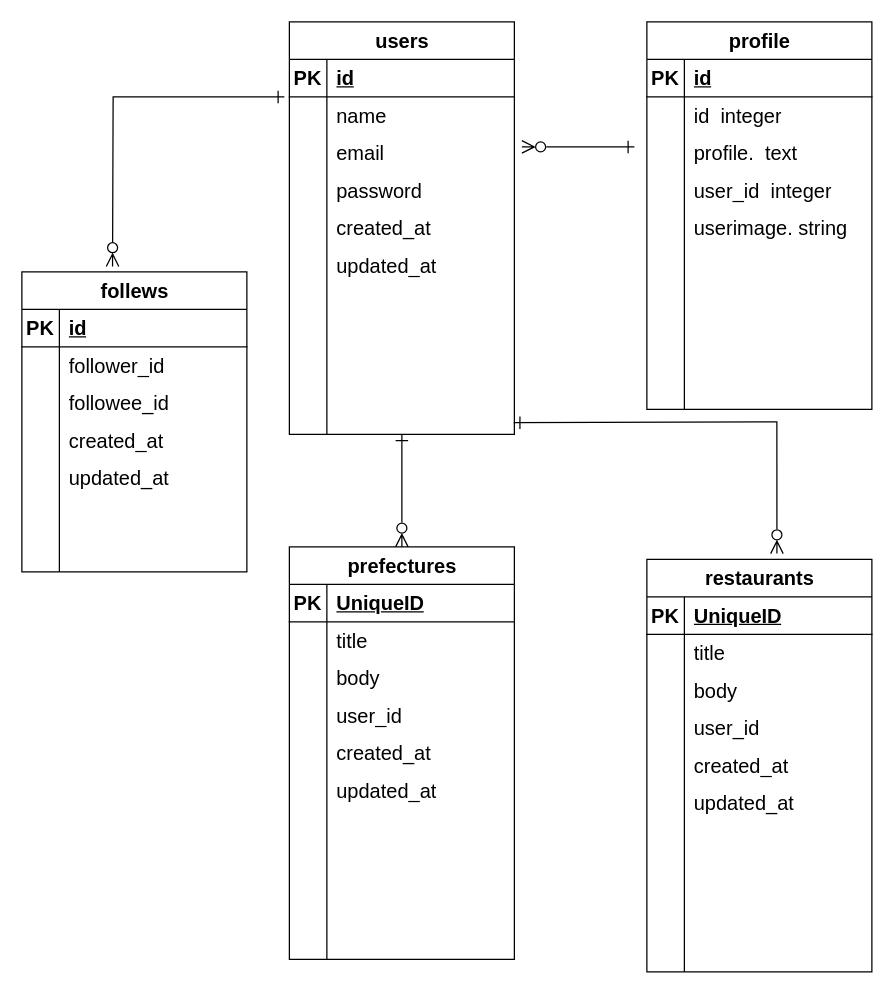
inuneko6417/ToMLIA_Test keeps this draw.io diagram as 名称未設定ファイル.drawio. Above is the earlier version. Source tidied: cells renumbered, new cells numbered last; positions are measured from the earlier drawing's top-left corner, leaving out a move shared by most shapes. Both pictures are drawn from the tidied source at 125%, with x=0, y=0 at pixel (21, 21).
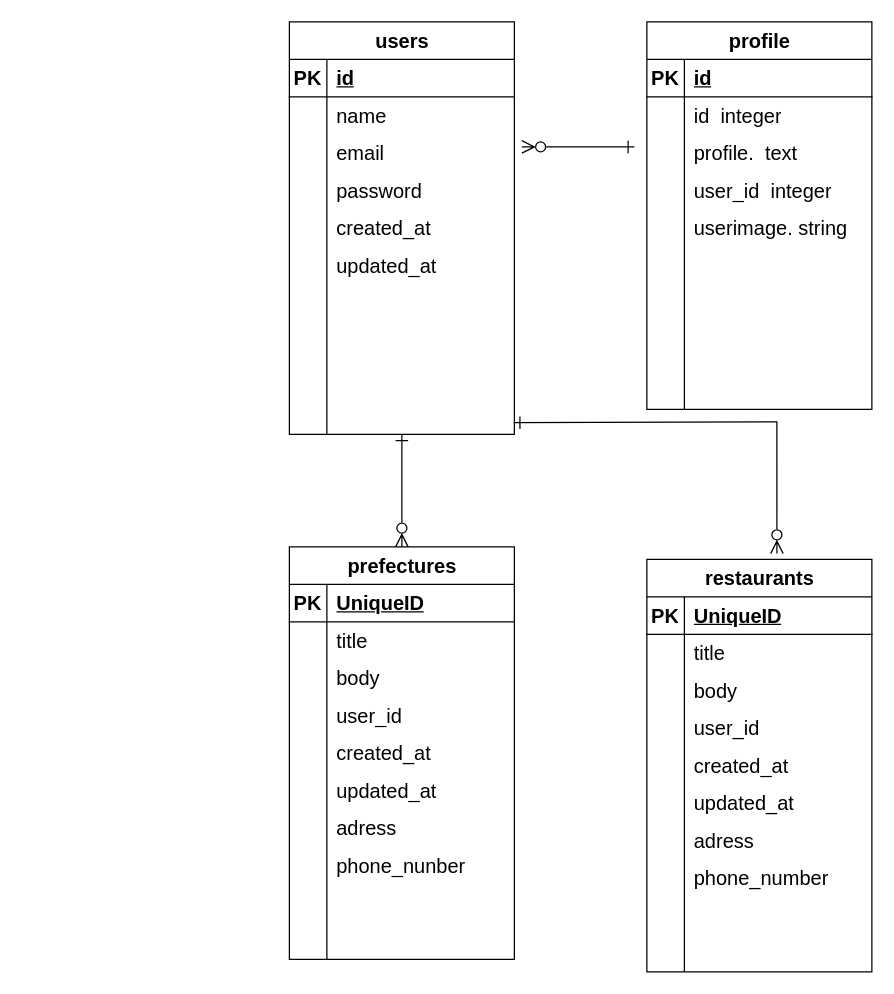
The same page after the edit.

Commit message (it also covers changes not shown here):
名称未設定ファイル.drawio を更新します

Unchanged cells that the change refers to:
```xml
<mxCell id="23" style="shape=tableRow;horizontal=0;startSize=0;swimlaneHead=0;swimlaneBody=0;fillColor=none;top=0;left=0;right=0;bottom=0;fontSize=16;" parent="4" vertex="1">
  <mxGeometry y="210" width="180" height="30" as="geometry" />
</mxCell>
<mxCell id="26" style="shape=tableRow;horizontal=0;startSize=0;swimlaneHead=0;swimlaneBody=0;fillColor=none;top=0;left=0;right=0;bottom=0;fontSize=16;" parent="4" vertex="1">
  <mxGeometry y="240" width="180" height="30" as="geometry" />
</mxCell>
<mxCell id="141" style="shape=tableRow;horizontal=0;startSize=0;swimlaneHead=0;swimlaneBody=0;fillColor=none;top=0;left=0;right=0;bottom=0;fontSize=16;" parent="122" vertex="1">
  <mxGeometry y="210" width="180" height="30" as="geometry" />
</mxCell>
<mxCell id="144" style="shape=tableRow;horizontal=0;startSize=0;swimlaneHead=0;swimlaneBody=0;fillColor=none;top=0;left=0;right=0;bottom=0;fontSize=16;" parent="122" vertex="1">
  <mxGeometry y="240" width="180" height="30" as="geometry" />
</mxCell>
```

What changed in the source:
```diff
@@
-    <mxCell id="25" style="shape=partialRectangle;fillColor=none;top=0;left=0;bottom=0;right=0;align=left;spacingLeft=6;overflow=hidden;whiteSpace=wrap;html=1;fontSize=16;" parent="23" vertex="1">
+    <mxCell id="25" value="adress" style="shape=partialRectangle;fillColor=none;top=0;left=0;bottom=0;right=0;align=left;spacingLeft=6;overflow=hidden;whiteSpace=wrap;html=1;fontSize=16;" parent="23" vertex="1">
       <mxGeometry x="30" width="150" height="30" as="geometry" />
     </mxCell>
@@
-    <mxCell id="28" style="shape=partialRectangle;fillColor=none;top=0;left=0;bottom=0;right=0;align=left;spacingLeft=6;overflow=hidden;whiteSpace=wrap;html=1;fontSize=16;" parent="26" vertex="1">
+    <mxCell id="28" value="phone_nunber" style="shape=partialRectangle;fillColor=none;top=0;left=0;bottom=0;right=0;align=left;spacingLeft=6;overflow=hidden;whiteSpace=wrap;html=1;fontSize=16;" parent="26" vertex="1">
       <mxGeometry x="30" width="150" height="30" as="geometry" />
     </mxCell>
@@
-    <mxCell id="35" style="edgeStyle=none;rounded=0;jettySize=auto;html=1;fontSize=12;startSize=8;endSize=8;endArrow=ERone;endFill=0;startArrow=ERzeroToMany;startFill=0;exitX=0.403;exitY=-0.018;exitDx=0;exitDy=0;exitPerimeter=0;" parent="1" edge="1" source="36">
-      <mxGeometry relative="1" as="geometry">
-        <mxPoint x="210" y="60" as="targetPoint" />
-        <Array as="points">
-          <mxPoint x="73" y="60" />
-        </Array>
-      </mxGeometry>
-    </mxCell>
-    <mxCell id="36" value="follews" style="shape=table;startSize=30;childLayout=tableLayout;rowLines=0;fontStyle=1;align=center;html=1;fontSize=16;" parent="1" vertex="1">
-      <mxGeometry y="200" width="180" height="240" as="geometry" />
-    </mxCell>
-    <mxCell id="37" style="shape=tableRow;horizontal=0;startSize=0;swimlaneHead=0;swimlaneBody=0;fillColor=none;top=0;left=0;right=0;bottom=1;fontSize=16;" parent="36" vertex="1">
-      <mxGeometry y="30" width="180" height="30" as="geometry" />
-    </mxCell>
-    <mxCell id="38" value="PK" style="shape=partialRectangle;fillColor=none;top=0;left=0;bottom=0;right=0;fontStyle=1;overflow=hidden;whiteSpace=wrap;html=1;fontSize=16;" parent="37" vertex="1">
-      <mxGeometry width="30" height="30" as="geometry" />
-    </mxCell>
-    <mxCell id="39" value="id" style="shape=partialRectangle;fillColor=none;top=0;left=0;bottom=0;right=0;align=left;spacingLeft=6;fontStyle=5;overflow=hidden;whiteSpace=wrap;html=1;fontSize=16;" parent="37" vertex="1">
-      <mxGeometry x="30" width="150" height="30" as="geometry" />
-    </mxCell>
-    <mxCell id="40" style="shape=tableRow;horizontal=0;startSize=0;swimlaneHead=0;swimlaneBody=0;fillColor=none;top=0;left=0;right=0;bottom=0;fontSize=16;" parent="36" vertex="1">
-      <mxGeometry y="60" width="180" height="30" as="geometry" />
-    </mxCell>
-    <mxCell id="41" style="shape=partialRectangle;fillColor=none;top=0;left=0;bottom=0;right=0;overflow=hidden;whiteSpace=wrap;html=1;fontSize=16;" parent="40" vertex="1">
-      <mxGeometry width="30" height="30" as="geometry" />
-    </mxCell>
-    <mxCell id="42" value="follower_id" style="shape=partialRectangle;fillColor=none;top=0;left=0;bottom=0;right=0;align=left;spacingLeft=6;overflow=hidden;whiteSpace=wrap;html=1;fontSize=16;" parent="40" vertex="1">
-      <mxGeometry x="30" width="150" height="30" as="geometry" />
-    </mxCell>
-    <mxCell id="43" style="shape=tableRow;horizontal=0;startSize=0;swimlaneHead=0;swimlaneBody=0;fillColor=none;top=0;left=0;right=0;bottom=0;fontSize=16;" parent="36" vertex="1">
-      <mxGeometry y="90" width="180" height="30" as="geometry" />
-    </mxCell>
-    <mxCell id="44" style="shape=partialRectangle;fillColor=none;top=0;left=0;bottom=0;right=0;overflow=hidden;whiteSpace=wrap;html=1;fontSize=16;" parent="43" vertex="1">
-      <mxGeometry width="30" height="30" as="geometry" />
-    </mxCell>
-    <mxCell id="45" value="followee_id" style="shape=partialRectangle;fillColor=none;top=0;left=0;bottom=0;right=0;align=left;spacingLeft=6;overflow=hidden;whiteSpace=wrap;html=1;fontSize=16;" parent="43" vertex="1">
-      <mxGeometry x="30" width="150" height="30" as="geometry" />
-    </mxCell>
-    <mxCell id="46" style="shape=tableRow;horizontal=0;startSize=0;swimlaneHead=0;swimlaneBody=0;fillColor=none;top=0;left=0;right=0;bottom=0;fontSize=16;" parent="36" vertex="1">
-      <mxGeometry y="120" width="180" height="30" as="geometry" />
-    </mxCell>
-    <mxCell id="47" style="shape=partialRectangle;fillColor=none;top=0;left=0;bottom=0;right=0;overflow=hidden;whiteSpace=wrap;html=1;fontSize=16;" parent="46" vertex="1">
-      <mxGeometry width="30" height="30" as="geometry" />
-    </mxCell>
-    <mxCell id="48" value="created_at" style="shape=partialRectangle;fillColor=none;top=0;left=0;bottom=0;right=0;align=left;spacingLeft=6;overflow=hidden;whiteSpace=wrap;html=1;fontSize=16;" parent="46" vertex="1">
-      <mxGeometry x="30" width="150" height="30" as="geometry" />
-    </mxCell>
-    <mxCell id="49" style="shape=tableRow;horizontal=0;startSize=0;swimlaneHead=0;swimlaneBody=0;fillColor=none;top=0;left=0;right=0;bottom=0;fontSize=16;" parent="36" vertex="1">
-      <mxGeometry y="150" width="180" height="30" as="geometry" />
-    </mxCell>
-    <mxCell id="50" style="shape=partialRectangle;fillColor=none;top=0;left=0;bottom=0;right=0;overflow=hidden;whiteSpace=wrap;html=1;fontSize=16;" parent="49" vertex="1">
-      <mxGeometry width="30" height="30" as="geometry" />
-    </mxCell>
-    <mxCell id="51" value="updated_at" style="shape=partialRectangle;fillColor=none;top=0;left=0;bottom=0;right=0;align=left;spacingLeft=6;overflow=hidden;whiteSpace=wrap;html=1;fontSize=16;" parent="49" vertex="1">
-      <mxGeometry x="30" width="150" height="30" as="geometry" />
-    </mxCell>
-    <mxCell id="52" style="shape=tableRow;horizontal=0;startSize=0;swimlaneHead=0;swimlaneBody=0;fillColor=none;top=0;left=0;right=0;bottom=0;fontSize=16;" parent="36" vertex="1">
-      <mxGeometry y="180" width="180" height="30" as="geometry" />
-    </mxCell>
-    <mxCell id="53" style="shape=partialRectangle;fillColor=none;top=0;left=0;bottom=0;right=0;overflow=hidden;whiteSpace=wrap;html=1;fontSize=16;" parent="52" vertex="1">
-      <mxGeometry width="30" height="30" as="geometry" />
-    </mxCell>
-    <mxCell id="54" style="shape=partialRectangle;fillColor=none;top=0;left=0;bottom=0;right=0;align=left;spacingLeft=6;overflow=hidden;whiteSpace=wrap;html=1;fontSize=16;" parent="52" vertex="1">
-      <mxGeometry x="30" width="150" height="30" as="geometry" />
-    </mxCell>
-    <mxCell id="55" style="shape=tableRow;horizontal=0;startSize=0;swimlaneHead=0;swimlaneBody=0;fillColor=none;top=0;left=0;right=0;bottom=0;fontSize=16;" parent="36" vertex="1">
-      <mxGeometry y="210" width="180" height="30" as="geometry" />
-    </mxCell>
-    <mxCell id="56" style="shape=partialRectangle;fillColor=none;top=0;left=0;bottom=0;right=0;overflow=hidden;whiteSpace=wrap;html=1;fontSize=16;" parent="55" vertex="1">
-      <mxGeometry width="30" height="30" as="geometry" />
-    </mxCell>
-    <mxCell id="57" style="shape=partialRectangle;fillColor=none;top=0;left=0;bottom=0;right=0;align=left;spacingLeft=6;overflow=hidden;whiteSpace=wrap;html=1;fontSize=16;" parent="55" vertex="1">
-      <mxGeometry x="30" width="150" height="30" as="geometry" />
-    </mxCell>
@@
-    <mxCell id="143" style="shape=partialRectangle;fillColor=none;top=0;left=0;bottom=0;right=0;align=left;spacingLeft=6;overflow=hidden;whiteSpace=wrap;html=1;fontSize=16;" parent="141" vertex="1">
+    <mxCell id="143" value="adress" style="shape=partialRectangle;fillColor=none;top=0;left=0;bottom=0;right=0;align=left;spacingLeft=6;overflow=hidden;whiteSpace=wrap;html=1;fontSize=16;" parent="141" vertex="1">
       <mxGeometry x="30" width="150" height="30" as="geometry" />
     </mxCell>
@@
-    <mxCell id="146" style="shape=partialRectangle;fillColor=none;top=0;left=0;bottom=0;right=0;align=left;spacingLeft=6;overflow=hidden;whiteSpace=wrap;html=1;fontSize=16;" parent="144" vertex="1">
+    <mxCell id="146" value="phone_number" style="shape=partialRectangle;fillColor=none;top=0;left=0;bottom=0;right=0;align=left;spacingLeft=6;overflow=hidden;whiteSpace=wrap;html=1;fontSize=16;" parent="144" vertex="1">
       <mxGeometry x="30" width="150" height="30" as="geometry" />
     </mxCell>
```
